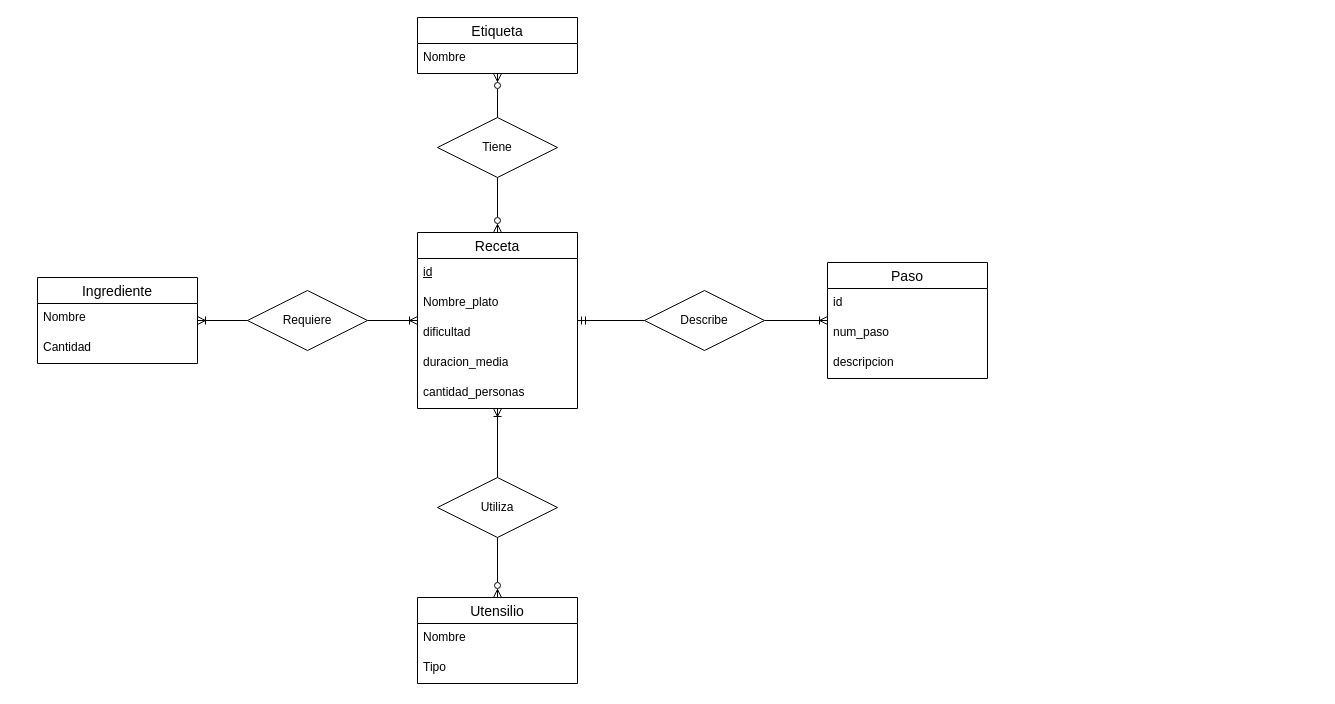
Earlier version of the draw.io diagram TA12Ej9.drawio (AlejandroCara/acr-tsys-modeloER-drawio-1110). Source tidied: cells renumbered, new cells numbered last; positions are measured from the earlier drawing's top-left corner, leaving out a move shared by most shapes. Both pictures are drawn from the tidied source at 100%, with x=0, y=0 at pixel (37, 17).
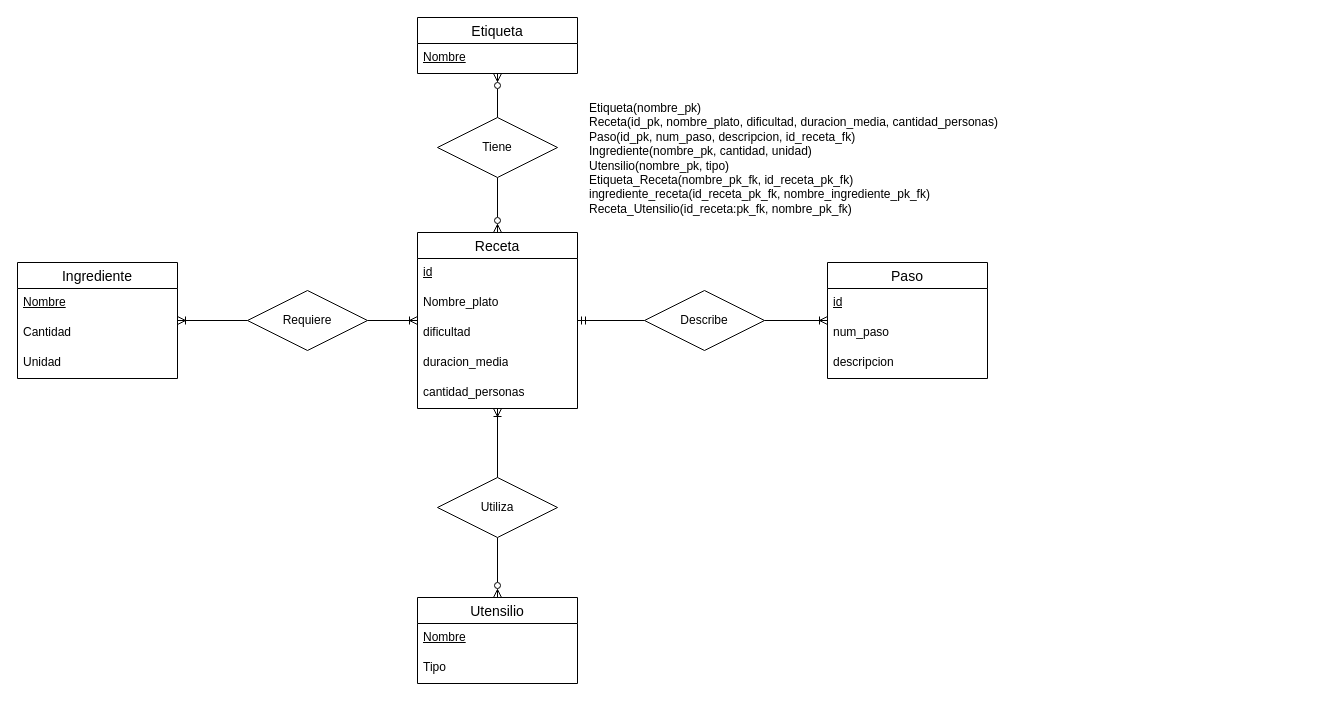
The same page after the edit.

Unchanged cells that the change refers to:
```xml
<mxCell id="5" value="Paso" style="swimlane;fontStyle=0;horizontal=1;startSize=26;align=center;fontSize=14;" parent="1" vertex="1">
  <mxGeometry x="790" y="245" width="160" height="116" as="geometry" />
</mxCell>
<mxCell id="16" value="Etiqueta" style="swimlane;fontStyle=0;horizontal=1;startSize=26;align=center;fontSize=14;" parent="1" vertex="1">
  <mxGeometry x="380" width="160" height="56" as="geometry" />
</mxCell>
<mxCell id="18" value="Utensilio" style="swimlane;fontStyle=0;horizontal=1;startSize=26;align=center;fontSize=14;" parent="1" vertex="1">
  <mxGeometry x="380" y="580" width="160" height="86" as="geometry" />
</mxCell>
```

What changed in the source:
```diff
@@
     <mxCell id="2" value="Ingrediente" style="swimlane;fontStyle=0;horizontal=1;startSize=26;align=center;fontSize=14;" parent="1" vertex="1">
-      <mxGeometry y="260" width="160" height="86" as="geometry" />
+      <mxGeometry x="-20" y="245" width="160" height="116" as="geometry" />
     </mxCell>
-    <mxCell id="3" value="Nombre" style="text;strokeColor=none;fillColor=none;spacingLeft=4;spacingRight=4;overflow=hidden;fontSize=12;whiteSpace=wrap;html=1;" parent="2" vertex="1">
+    <mxCell id="3" value="&lt;u&gt;Nombre&lt;/u&gt;" style="text;strokeColor=none;fillColor=none;spacingLeft=4;spacingRight=4;overflow=hidden;fontSize=12;whiteSpace=wrap;html=1;" parent="2" vertex="1">
       <mxGeometry y="26" width="160" height="30" as="geometry" />
     </mxCell>
@@
+    <mxCell id="32" value="Unidad" style="text;strokeColor=none;fillColor=none;spacingLeft=4;spacingRight=4;overflow=hidden;fontSize=12;whiteSpace=wrap;html=1;" parent="2" vertex="1">
+      <mxGeometry y="86" width="160" height="30" as="geometry" />
+    </mxCell>
@@
-    <mxCell id="6" value="id" style="text;strokeColor=none;fillColor=none;spacingLeft=4;spacingRight=4;overflow=hidden;fontSize=12;whiteSpace=wrap;html=1;" parent="5" vertex="1">
+    <mxCell id="6" value="&lt;u&gt;id&lt;/u&gt;" style="text;strokeColor=none;fillColor=none;spacingLeft=4;spacingRight=4;overflow=hidden;fontSize=12;whiteSpace=wrap;html=1;" parent="5" vertex="1">
       <mxGeometry y="26" width="160" height="30" as="geometry" />
     </mxCell>
@@
-    <mxCell id="17" value="Nombre" style="text;strokeColor=none;fillColor=none;spacingLeft=4;spacingRight=4;overflow=hidden;fontSize=12;whiteSpace=wrap;html=1;" parent="16" vertex="1">
+    <mxCell id="17" value="&lt;u&gt;Nombre&lt;/u&gt;" style="text;strokeColor=none;fillColor=none;spacingLeft=4;spacingRight=4;overflow=hidden;fontSize=12;whiteSpace=wrap;html=1;" parent="16" vertex="1">
       <mxGeometry y="26" width="160" height="30" as="geometry" />
     </mxCell>
@@
-    <mxCell id="19" value="Nombre" style="text;strokeColor=none;fillColor=none;spacingLeft=4;spacingRight=4;overflow=hidden;fontSize=12;whiteSpace=wrap;html=1;" parent="18" vertex="1">
+    <mxCell id="19" value="&lt;u&gt;Nombre&lt;/u&gt;" style="text;strokeColor=none;fillColor=none;spacingLeft=4;spacingRight=4;overflow=hidden;fontSize=12;whiteSpace=wrap;html=1;" parent="18" vertex="1">
       <mxGeometry y="26" width="160" height="30" as="geometry" />
     </mxCell>
@@
+    <mxCell id="33" value="Etiqueta(nombre_pk)&lt;br&gt;Receta(id_pk, nombre_plato, dificultad, duracion_media, cantidad_personas)&lt;br&gt;Paso(id_pk, num_paso, descripcion, id_receta_fk)&lt;br&gt;Ingrediente(nombre_pk, cantidad, unidad)&lt;br&gt;Utensilio(nombre_pk, tipo)&lt;br&gt;Etiqueta_Receta(nombre_pk_fk, id_receta_pk_fk)&lt;br&gt;ingrediente_receta(id_receta_pk_fk, nombre_ingrediente_pk_fk)&lt;br&gt;Receta_Utensilio(id_receta:pk_fk, nombre_pk_fk)&lt;br&gt;" style="text;html=1;strokeColor=none;fillColor=none;align=left;verticalAlign=middle;whiteSpace=wrap;rounded=0;" parent="1" vertex="1">
+      <mxGeometry x="550" y="56" width="730" height="170" as="geometry" />
+    </mxCell>
```
